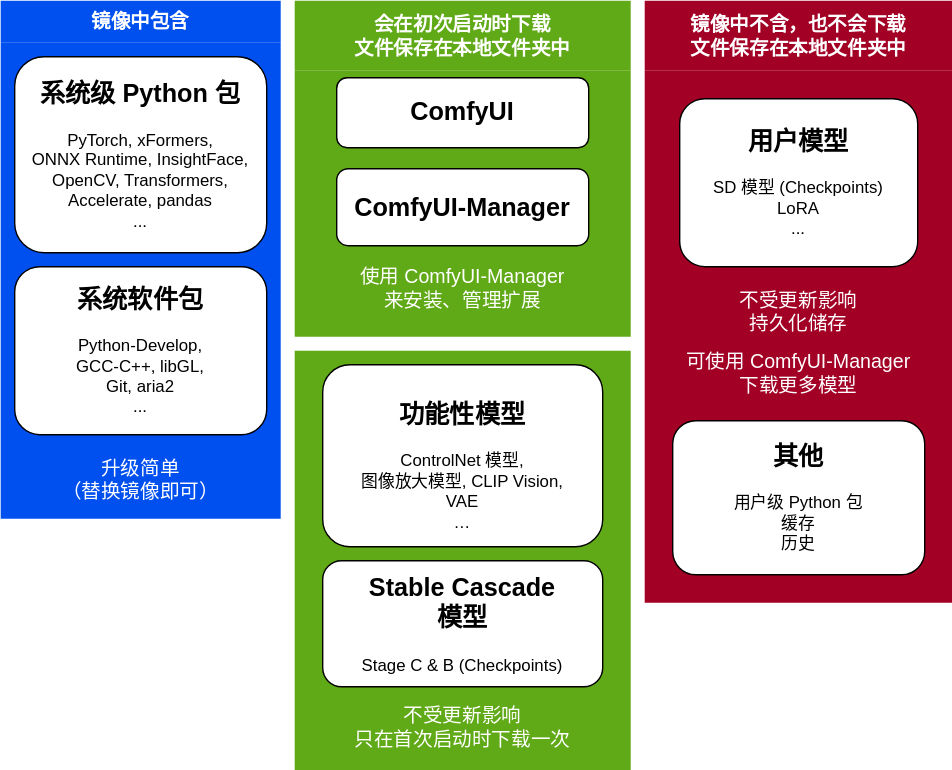
Above: docs/chart-concept.zh.svg in YanWenKun/ComfyUI-Docker (draw.io), before the change. Source tidied: cells renumbered, new cells last; positions are measured from the earlier drawing's top-left corner, leaving out a move shared by most shapes.
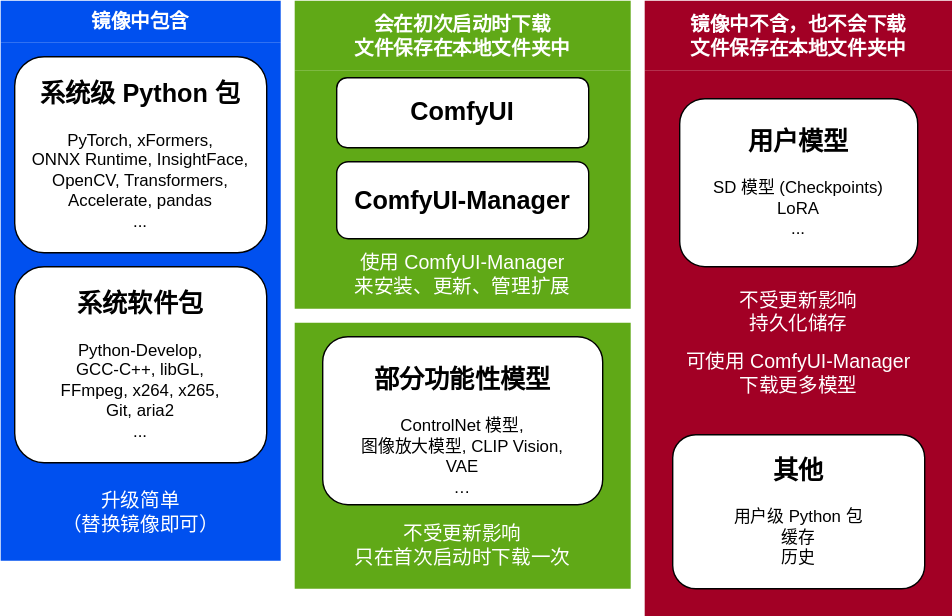
Later version of the same file.

The edit, as a diff of the source:
```diff
@@ -3,37 +3,37 @@
     <mxCell id="0" />
     <mxCell id="1" parent="0" />
     <mxCell id="2" value="镜像中包含" style="swimlane;whiteSpace=wrap;html=1;fillColor=#0050ef;strokeColor=none;fontColor=#ffffff;fillStyle=auto;swimlaneFillColor=#0050EF;fontSize=14;fontFamily=Helvetica;swimlaneLine=0;shadow=0;rounded=0;glass=0;startSize=30;" parent="1" vertex="1">
-      <mxGeometry width="200" height="370" as="geometry" />
+      <mxGeometry width="200" height="400" as="geometry" />
     </mxCell>
     <mxCell id="3" value="&lt;h2&gt;系统级 Python 包&lt;/h2&gt;&lt;div&gt;PyTorch, xFormers,&lt;br&gt;ONNX Runtime, InsightFace,&lt;br&gt;OpenCV, Transformers,&lt;br&gt;Accelerate, pandas&lt;div&gt;...&lt;/div&gt;&lt;/div&gt;&lt;div&gt;&lt;br&gt;&lt;/div&gt;" style="rounded=1;whiteSpace=wrap;html=1;" parent="2" vertex="1">
       <mxGeometry x="10" y="40" width="180" height="140" as="geometry" />
     </mxCell>
-    <mxCell id="4" value="&lt;h2&gt;系统软件包&lt;/h2&gt;&lt;div&gt;&lt;/div&gt;&lt;span style=&quot;background-color: initial;&quot;&gt;Python-Develop,&lt;br&gt;GCC-C++, libGL,&lt;br&gt;Git, aria2&lt;div&gt;...&lt;/div&gt;&lt;br&gt;&lt;/span&gt;" style="rounded=1;whiteSpace=wrap;html=1;" parent="2" vertex="1">
-      <mxGeometry x="10" y="190" width="180" height="120" as="geometry" />
+    <mxCell id="4" value="&lt;h2&gt;系统软件包&lt;/h2&gt;&lt;div&gt;&lt;/div&gt;&lt;span style=&quot;background-color: initial;&quot;&gt;Python-Develop,&lt;br&gt;&lt;/span&gt;&lt;div&gt;&lt;span style=&quot;background-color: initial;&quot;&gt;GCC-C++, libGL,&lt;/span&gt;&lt;/div&gt;FFmpeg, x264, x265,&lt;br&gt;&lt;span style=&quot;background-color: initial;&quot;&gt;Git, aria2&lt;div&gt;...&lt;/div&gt;&lt;br&gt;&lt;/span&gt;" style="rounded=1;whiteSpace=wrap;html=1;" parent="2" vertex="1">
+      <mxGeometry x="10" y="190" width="180" height="140" as="geometry" />
     </mxCell>
     <mxCell id="5" value="&lt;div&gt;升级简单&lt;/div&gt;&lt;div&gt;（替换镜像即可）&lt;/div&gt;" style="text;html=1;align=center;verticalAlign=middle;whiteSpace=wrap;rounded=0;fontColor=#FFFFFF;fontSize=14;" parent="2" vertex="1">
-      <mxGeometry x="30" y="327" width="140" height="30" as="geometry" />
+      <mxGeometry x="30" y="350" width="140" height="30" as="geometry" />
     </mxCell>
     <mxCell id="6" value="&lt;div&gt;会在初次启动时下载&lt;/div&gt;&lt;div&gt;文件保存在本地文件夹中&lt;/div&gt;" style="swimlane;whiteSpace=wrap;html=1;startSize=50;fillColor=#60a917;fontColor=#ffffff;strokeColor=none;fontSize=14;fontFamily=Helvetica;swimlaneFillColor=#60A917;swimlaneLine=0;shadow=0;glass=0;" parent="1" vertex="1">
-      <mxGeometry x="210" width="240" height="240" as="geometry" />
+      <mxGeometry x="210" width="240" height="220" as="geometry" />
     </mxCell>
     <mxCell id="7" value="&lt;h2&gt;ComfyUI&lt;/h2&gt;" style="rounded=1;whiteSpace=wrap;html=1;" parent="6" vertex="1">
       <mxGeometry x="30" y="55" width="180" height="50" as="geometry" />
     </mxCell>
     <mxCell id="8" value="&lt;h2&gt;ComfyUI-Manager&lt;/h2&gt;" style="rounded=1;whiteSpace=wrap;html=1;" parent="6" vertex="1">
-      <mxGeometry x="30" y="120" width="180" height="55" as="geometry" />
+      <mxGeometry x="30" y="115" width="180" height="55" as="geometry" />
     </mxCell>
-    <mxCell id="9" value="&lt;div&gt;使用 ComfyUI-Manager&lt;/div&gt;&lt;div&gt;&lt;span style=&quot;background-color: initial;&quot;&gt;来安装、管理扩展&lt;/span&gt;&lt;/div&gt;" style="text;html=1;align=center;verticalAlign=middle;whiteSpace=wrap;rounded=0;fontColor=#FFFFFF;fontSize=14;" parent="6" vertex="1">
-      <mxGeometry y="180" width="240" height="50" as="geometry" />
+    <mxCell id="9" value="&lt;div&gt;使用 ComfyUI-Manager&lt;/div&gt;&lt;div&gt;&lt;span style=&quot;background-color: initial;&quot;&gt;来安装、更新、管理扩展&lt;/span&gt;&lt;/div&gt;" style="text;html=1;align=center;verticalAlign=middle;whiteSpace=wrap;rounded=0;fontColor=#FFFFFF;fontSize=14;" parent="6" vertex="1">
+      <mxGeometry y="170" width="240" height="50" as="geometry" />
     </mxCell>
     <mxCell id="10" value="&lt;div&gt;镜像中不含，也不会下载&lt;/div&gt;&lt;div&gt;文件保存在本地文件夹中&lt;/div&gt;" style="swimlane;whiteSpace=wrap;html=1;fontSize=14;fillColor=#a20025;fontColor=#ffffff;strokeColor=none;swimlaneLine=0;swimlaneFillColor=#A20025;startSize=50;" parent="1" vertex="1">
-      <mxGeometry x="460" width="220" height="430" as="geometry" />
+      <mxGeometry x="460" width="220" height="440" as="geometry" />
     </mxCell>
     <mxCell id="11" value="&lt;h2&gt;用户模型&lt;/h2&gt;&lt;div&gt;&lt;div&gt;SD 模型&amp;nbsp;(Checkpoints)&lt;/div&gt;&lt;div&gt;LoRA&lt;/div&gt;&lt;/div&gt;&lt;div&gt;...&lt;/div&gt;&lt;div&gt;&lt;br&gt;&lt;/div&gt;" style="rounded=1;whiteSpace=wrap;html=1;" parent="10" vertex="1">
       <mxGeometry x="25" y="70" width="170" height="120" as="geometry" />
     </mxCell>
     <mxCell id="12" value="&lt;h2&gt;其他&lt;/h2&gt;用户级 Python 包&lt;div&gt;缓存&lt;/div&gt;&lt;div&gt;历史&lt;/div&gt;&lt;div&gt;&lt;br&gt;&lt;/div&gt;" style="rounded=1;whiteSpace=wrap;html=1;glass=0;" parent="10" vertex="1">
-      <mxGeometry x="20" y="300" width="180" height="110" as="geometry" />
+      <mxGeometry x="20" y="310" width="180" height="110" as="geometry" />
     </mxCell>
     <mxCell id="13" value="&lt;div&gt;不受更新影响&lt;/div&gt;&lt;div&gt;持久化储存&lt;/div&gt;" style="text;html=1;align=center;verticalAlign=middle;whiteSpace=wrap;rounded=0;fontColor=#FFFFFF;fontSize=14;" parent="10" vertex="1">
       <mxGeometry x="25" y="202" width="170" height="40" as="geometry" />
@@ -42,16 +42,13 @@
       <mxGeometry y="246" width="220" height="40" as="geometry" />
     </mxCell>
     <mxCell id="15" style="swimlane;startSize=0;strokeColor=none;swimlaneLine=0;fillColor=none;swimlaneFillColor=#60A917;" parent="1" vertex="1">
-      <mxGeometry x="210" y="250" width="240" height="300" as="geometry" />
+      <mxGeometry x="210" y="230" width="240" height="190" as="geometry" />
     </mxCell>
     <mxCell id="16" value="&lt;div&gt;不受更新影响&lt;br&gt;&lt;/div&gt;&lt;div&gt;只在首次启动时下载一次&lt;/div&gt;" style="text;html=1;align=center;verticalAlign=middle;whiteSpace=wrap;rounded=0;fontColor=#FFFFFF;fontSize=14;" parent="15" vertex="1">
-      <mxGeometry x="35" y="250" width="170" height="37" as="geometry" />
+      <mxGeometry x="35" y="140" width="170" height="37" as="geometry" />
     </mxCell>
-    <mxCell id="17" value="&lt;h2&gt;Stable Cascade&lt;br&gt;模型&lt;/h2&gt;&lt;div&gt;Stage C &amp;amp; B (Checkpoints)&lt;/div&gt;&lt;div&gt;&lt;br&gt;&lt;/div&gt;" style="rounded=1;whiteSpace=wrap;html=1;" parent="15" vertex="1">
-      <mxGeometry x="20" y="150" width="200" height="90" as="geometry" />
-    </mxCell>
-    <mxCell id="18" value="&lt;h2&gt;功能性模型&lt;/h2&gt;&lt;div&gt;ControlNet 模型,&lt;br&gt;&lt;/div&gt;&lt;div&gt;图像放大模型, CLIP Vision,&lt;/div&gt;&lt;div&gt;VAE&lt;/div&gt;&lt;div&gt;…&lt;/div&gt;" style="rounded=1;whiteSpace=wrap;html=1;" parent="15" vertex="1">
-      <mxGeometry x="20" y="10" width="200" height="130" as="geometry" />
+    <mxCell id="18" value="&lt;h2&gt;部分功能性模型&lt;/h2&gt;&lt;div&gt;ControlNet 模型,&lt;br&gt;&lt;/div&gt;&lt;div&gt;图像放大模型, CLIP Vision,&lt;/div&gt;&lt;div&gt;VAE&lt;/div&gt;&lt;div&gt;…&lt;/div&gt;" style="rounded=1;whiteSpace=wrap;html=1;" parent="15" vertex="1">
+      <mxGeometry x="20" y="10" width="200" height="120" as="geometry" />
     </mxCell>
   </root>
 </mxGraphModel>
```
